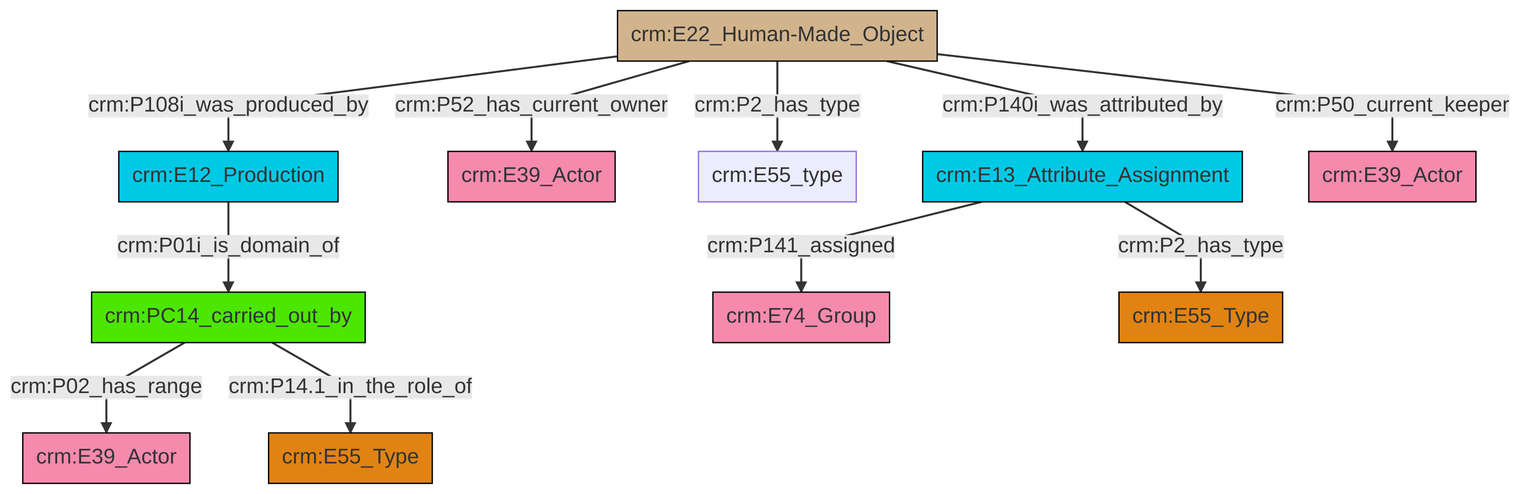
Before: et/artworkCSV/ttl/mmd/png/Artwork_Actor_Relations.png, a diagram exported from Mermaid (swiss-art-research-net/reference-data-models). Its source is kept beside it as et/artworkCSV/ttl/mmd/Artwork_Actor_Relations.ttl.mmd.
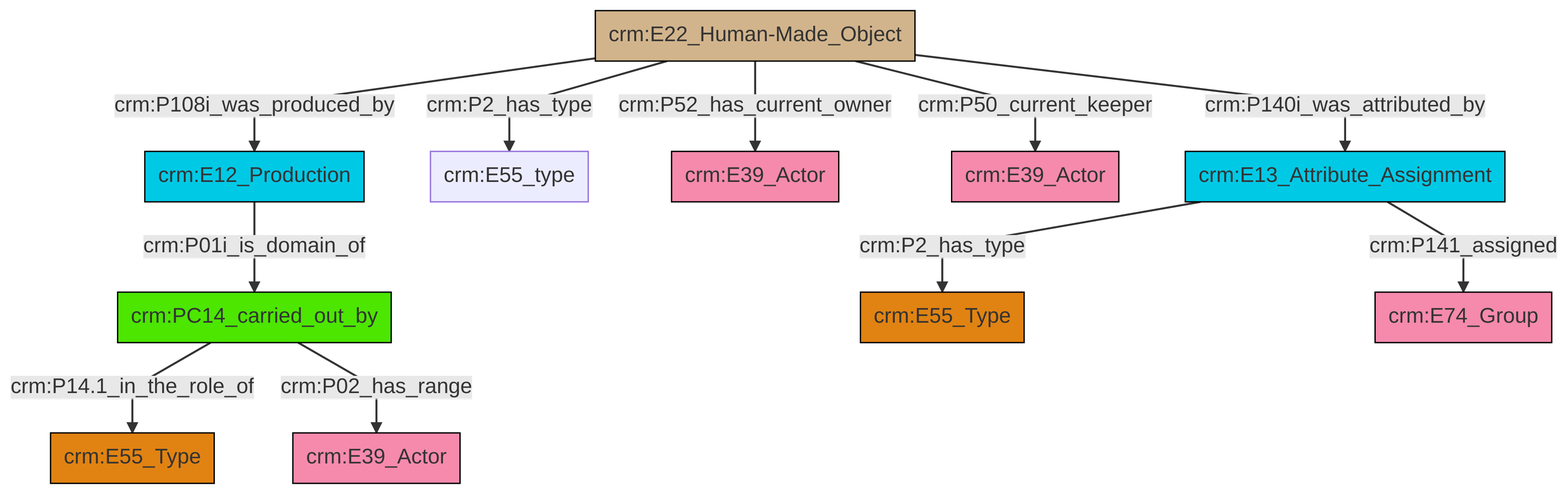
After the change.

Change to the diagram source:
```diff
@@ -13,13 +13,13 @@
 classDef PC_Classes fill:#4ce600, stroke:#000000;
 classDef Multi fill:#cccccc,stroke:#000000;
 
-0["crm:E12_Production"]:::Temporal_Entity -->|crm:P01i_is_domain_of| 1["crm:PC14_carried_out_by"]:::PC_Classes
-1["crm:PC14_carried_out_by"]:::PC_Classes -->|crm:P02_has_range| 2["crm:E39_Actor"]:::Actor
-5["crm:E22_Human-Made_Object"]:::Physical_Thing -->|crm:P2_has_type| 6["crm:E55_type"]:::Default
-1["crm:PC14_carried_out_by"]:::PC_Classes -->|crm:P14.1_in_the_role_of| 8["crm:E55_Type"]:::Type
-9["crm:E13_Attribute_Assignment"]:::Temporal_Entity -->|crm:P141_assigned| 10["crm:E74_Group"]:::Actor
-5["crm:E22_Human-Made_Object"]:::Physical_Thing -->|crm:P140i_was_attributed_by| 9["crm:E13_Attribute_Assignment"]:::Temporal_Entity
-5["crm:E22_Human-Made_Object"]:::Physical_Thing -->|crm:P108i_was_produced_by| 0["crm:E12_Production"]:::Temporal_Entity
-9["crm:E13_Attribute_Assignment"]:::Temporal_Entity -->|crm:P2_has_type| 12["crm:E55_Type"]:::Type
-5["crm:E22_Human-Made_Object"]:::Physical_Thing -->|crm:P50_current_keeper| 19["crm:E39_Actor"]:::Actor
-5["crm:E22_Human-Made_Object"]:::Physical_Thing -->|crm:P52_has_current_owner| 3["crm:E39_Actor"]:::Actor
+2["crm:E22_Human-Made_Object"]:::Physical_Thing -->|crm:P108i_was_produced_by| 3["crm:E12_Production"]:::Temporal_Entity
+5["crm:E13_Attribute_Assignment"]:::Temporal_Entity -->|crm:P2_has_type| 6["crm:E55_Type"]:::Type
+3["crm:E12_Production"]:::Temporal_Entity -->|crm:P01i_is_domain_of| 7["crm:PC14_carried_out_by"]:::PC_Classes
+2["crm:E22_Human-Made_Object"]:::Physical_Thing -->|crm:P2_has_type| 9["crm:E55_type"]:::Default
+7["crm:PC14_carried_out_by"]:::PC_Classes -->|crm:P14.1_in_the_role_of| 10["crm:E55_Type"]:::Type
+2["crm:E22_Human-Made_Object"]:::Physical_Thing -->|crm:P52_has_current_owner| 0["crm:E39_Actor"]:::Actor
+2["crm:E22_Human-Made_Object"]:::Physical_Thing -->|crm:P50_current_keeper| 13["crm:E39_Actor"]:::Actor
+5["crm:E13_Attribute_Assignment"]:::Temporal_Entity -->|crm:P141_assigned| 15["crm:E74_Group"]:::Actor
+7["crm:PC14_carried_out_by"]:::PC_Classes -->|crm:P02_has_range| 21["crm:E39_Actor"]:::Actor
+2["crm:E22_Human-Made_Object"]:::Physical_Thing -->|crm:P140i_was_attributed_by| 5["crm:E13_Attribute_Assignment"]:::Temporal_Entity
```
